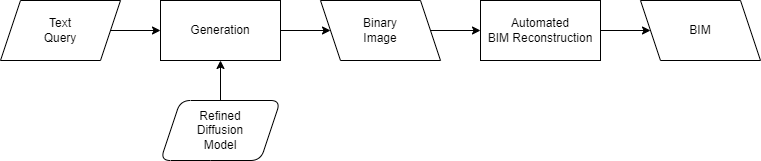
The draw.io diagram images/refined_binary_model_gen.drawio.png in AI4SC/bim-diffusion-models, before a commit. Source tidied: cells renumbered, new cells last; positions are measured from the earlier drawing's top-left corner, leaving out a move shared by most shapes.
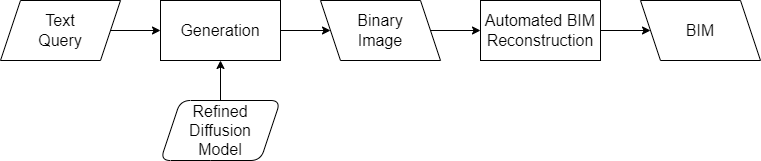
After the commit.

Diff of the diagram source:
```diff
@@ -2,37 +2,37 @@
   <root>
     <mxCell id="0" />
     <mxCell id="1" parent="0" />
-    <mxCell id="2" style="edgeStyle=none;html=1;exitX=1;exitY=0.5;exitDx=0;exitDy=0;entryX=0;entryY=0.5;entryDx=0;entryDy=0;" parent="1" edge="1" source="3" target="5">
+    <mxCell id="2" style="edgeStyle=none;html=1;exitX=1;exitY=0.5;exitDx=0;exitDy=0;entryX=0;entryY=0.5;entryDx=0;entryDy=0;fontSize=16;" parent="1" edge="1" source="3" target="5">
       <mxGeometry relative="1" as="geometry" />
     </mxCell>
-    <mxCell id="3" value="Text&lt;br&gt;Query" style="shape=parallelogram;perimeter=parallelogramPerimeter;whiteSpace=wrap;html=1;fixedSize=1;" parent="1" vertex="1">
+    <mxCell id="3" value="Text&lt;br style=&quot;font-size: 16px;&quot;&gt;Query" style="shape=parallelogram;perimeter=parallelogramPerimeter;whiteSpace=wrap;html=1;fixedSize=1;fontSize=16;" parent="1" vertex="1">
       <mxGeometry width="120" height="60" as="geometry" />
     </mxCell>
-    <mxCell id="4" value="Binary&lt;br&gt;Image" style="shape=parallelogram;perimeter=parallelogramPerimeter;whiteSpace=wrap;html=1;fixedSize=1;flipH=1;" parent="1" vertex="1">
+    <mxCell id="4" value="Binary&lt;br style=&quot;font-size: 16px;&quot;&gt;Image" style="shape=parallelogram;perimeter=parallelogramPerimeter;whiteSpace=wrap;html=1;fixedSize=1;flipH=1;fontSize=16;" parent="1" vertex="1">
       <mxGeometry x="320" width="120" height="60" as="geometry" />
     </mxCell>
-    <mxCell id="5" value="Generation" style="rounded=0;whiteSpace=wrap;html=1;" parent="1" vertex="1">
+    <mxCell id="5" value="Generation" style="rounded=0;whiteSpace=wrap;html=1;fontSize=16;" parent="1" vertex="1">
       <mxGeometry x="160" width="120" height="60" as="geometry" />
     </mxCell>
-    <mxCell id="6" value="BIM" style="shape=parallelogram;perimeter=parallelogramPerimeter;whiteSpace=wrap;html=1;fixedSize=1;flipH=1;" parent="1" vertex="1">
+    <mxCell id="6" value="BIM" style="shape=parallelogram;perimeter=parallelogramPerimeter;whiteSpace=wrap;html=1;fixedSize=1;flipH=1;fontSize=16;" parent="1" vertex="1">
       <mxGeometry x="640" width="120" height="60" as="geometry" />
     </mxCell>
-    <mxCell id="7" value="&lt;span style=&quot;border-color: var(--border-color); font-size: calc(var(--scale-factor)*18px); left: calc(var(--scale-factor)*93.98px); top: calc(var(--scale-factor)*114.4px); font-family: sans-serif; transform: scaleX(0.978809);&quot; dir=&quot;ltr&quot; role=&quot;presentation&quot;&gt;Automated BIM&lt;/span&gt;&lt;span style=&quot;border-color: var(--border-color); font-size: calc(var(--scale-factor)*18px); left: calc(var(--scale-factor)*405.35px); top: calc(var(--scale-factor)*114.4px); font-family: sans-serif;&quot; dir=&quot;ltr&quot; role=&quot;presentation&quot;&gt;&amp;nbsp;&lt;/span&gt;&lt;span style=&quot;border-color: var(--border-color); font-size: calc(var(--scale-factor)*18px); left: calc(var(--scale-factor)*410.14px); top: calc(var(--scale-factor)*114.4px); font-family: sans-serif; transform: scaleX(1.01232);&quot; dir=&quot;ltr&quot; role=&quot;presentation&quot;&gt;Reconstruction&lt;/span&gt;" style="rounded=0;whiteSpace=wrap;html=1;" parent="1" vertex="1">
+    <mxCell id="7" value="&lt;span style=&quot;border-color: var(--border-color); font-size: 16px; left: calc(var(--scale-factor)*93.98px); top: calc(var(--scale-factor)*114.4px); font-family: sans-serif; transform: scaleX(0.978809);&quot; dir=&quot;ltr&quot; role=&quot;presentation&quot;&gt;Automated BIM&lt;br&gt;&lt;/span&gt;&lt;span style=&quot;border-color: var(--border-color); font-size: 16px; left: calc(var(--scale-factor)*410.14px); top: calc(var(--scale-factor)*114.4px); font-family: sans-serif; transform: scaleX(1.01232);&quot; dir=&quot;ltr&quot; role=&quot;presentation&quot;&gt;Reconstruction&lt;/span&gt;" style="rounded=0;whiteSpace=wrap;html=1;fontSize=16;" parent="1" vertex="1">
       <mxGeometry x="480" width="120" height="60" as="geometry" />
     </mxCell>
-    <mxCell id="8" style="endArrow=classic;html=1;exitX=1;exitY=0.5;exitDx=0;exitDy=0;entryX=0;entryY=0.5;entryDx=0;entryDy=0;" parent="1" edge="1" source="4" target="7">
+    <mxCell id="8" style="endArrow=classic;html=1;exitX=1;exitY=0.5;exitDx=0;exitDy=0;entryX=0;entryY=0.5;entryDx=0;entryDy=0;fontSize=16;" parent="1" edge="1" source="4" target="7">
       <mxGeometry relative="1" as="geometry" />
     </mxCell>
-    <mxCell id="9" style="endArrow=classic;html=1;exitX=1;exitY=0.5;exitDx=0;exitDy=0;entryX=0;entryY=0.5;entryDx=0;entryDy=0;" parent="1" edge="1" source="5" target="4">
+    <mxCell id="9" style="endArrow=classic;html=1;exitX=1;exitY=0.5;exitDx=0;exitDy=0;entryX=0;entryY=0.5;entryDx=0;entryDy=0;fontSize=16;" parent="1" edge="1" source="5" target="4">
       <mxGeometry relative="1" as="geometry" />
     </mxCell>
-    <mxCell id="10" style="endArrow=classic;html=1;exitX=1;exitY=0.5;exitDx=0;exitDy=0;entryX=0;entryY=0.5;entryDx=0;entryDy=0;" parent="1" edge="1" source="7" target="6">
+    <mxCell id="10" style="endArrow=classic;html=1;exitX=1;exitY=0.5;exitDx=0;exitDy=0;entryX=0;entryY=0.5;entryDx=0;entryDy=0;fontSize=16;" parent="1" edge="1" source="7" target="6">
       <mxGeometry relative="1" as="geometry" />
     </mxCell>
-    <mxCell id="11" value="Refined&lt;br&gt;Diffusion&lt;br style=&quot;border-color: var(--border-color);&quot;&gt;Model" style="shape=parallelogram;perimeter=parallelogramPerimeter;whiteSpace=wrap;html=1;fixedSize=1;flipH=0;rounded=1;" parent="1" vertex="1">
+    <mxCell id="11" value="Refined&lt;br style=&quot;font-size: 16px;&quot;&gt;Diffusion&lt;br style=&quot;border-color: var(--border-color); font-size: 16px;&quot;&gt;Model" style="shape=parallelogram;perimeter=parallelogramPerimeter;whiteSpace=wrap;html=1;fixedSize=1;flipH=0;rounded=1;fontSize=16;" parent="1" vertex="1">
       <mxGeometry x="160" y="100" width="120" height="60" as="geometry" />
     </mxCell>
-    <mxCell id="12" style="endArrow=classic;html=1;exitX=0.5;exitY=0;exitDx=0;exitDy=0;entryX=0.5;entryY=1;entryDx=0;entryDy=0;" parent="1" edge="1" source="11" target="5">
+    <mxCell id="12" style="endArrow=classic;html=1;exitX=0.5;exitY=0;exitDx=0;exitDy=0;entryX=0.5;entryY=1;entryDx=0;entryDy=0;fontSize=16;" parent="1" edge="1" source="11" target="5">
       <mxGeometry relative="1" as="geometry" />
     </mxCell>
   </root>
```
